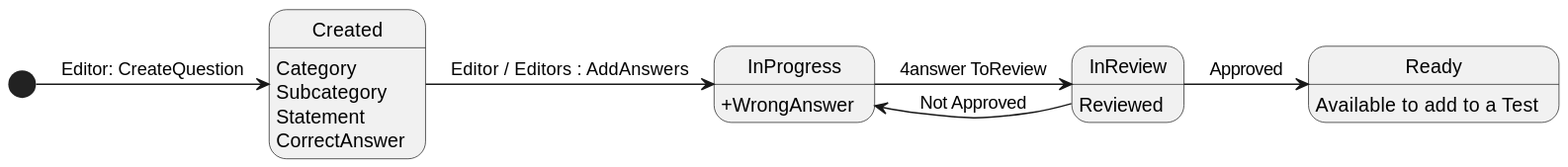
Joselon/ProyectoOpoTest keeps this PlantUML diagram as out/doc/questionStates/QuestionStates.svg. Above is the earlier version.
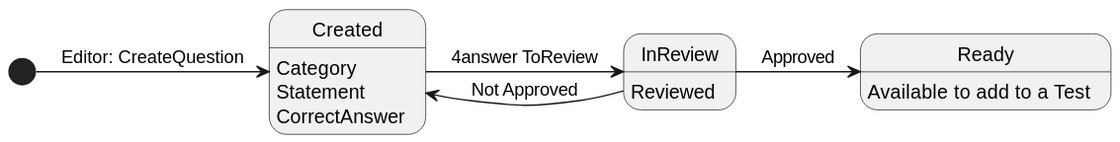
After the change.

What changed in the source:
```diff
@@ -1,25 +1,20 @@
 @startuml QuestionStates
 
 state Created
-state InProgress
 state InReview
 state Ready
 
 Created :  Category
-Created : Subcategory
 Created : Statement
 Created : CorrectAnswer
-
-InProgress : +WrongAnswer
 
 InReview : Reviewed
 
 Ready : Available to add to a Test
 
 [*] -> Created : Editor: CreateQuestion
-Created -> InProgress : Editor / Editors : AddAnswers
-InProgress -> InReview : 4answer ToReview
-InReview -> InProgress : Not Approved
+Created -> InReview : 4answer ToReview
+InReview -> Created : Not Approved
 InReview -> Ready : Approved
 
 
```
